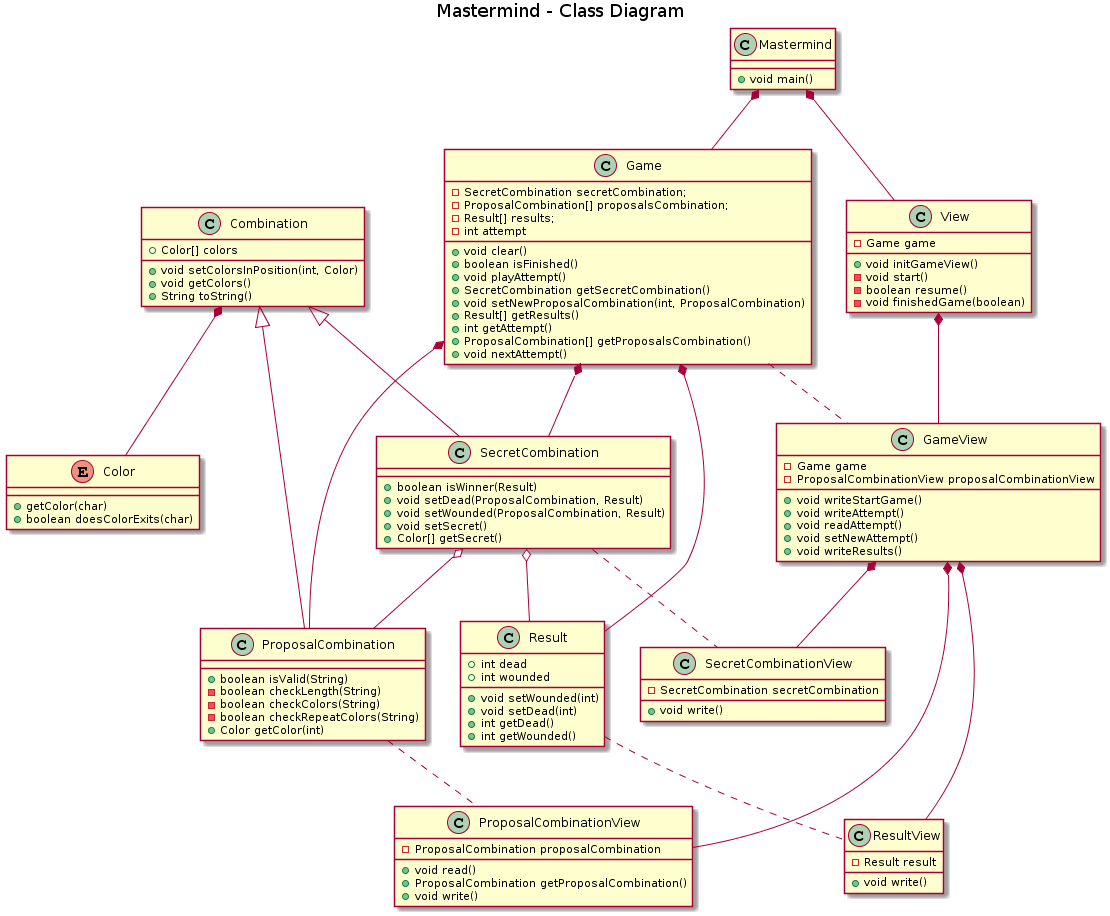
Before: images/diagramaClasesIteracion4.png, a diagram exported from PlantUML (laucv/mastermind). Its diagram source:
```plantuml
@startuml
title Mastermind - Class Diagram


class Mastermind {
    +void main()
}


class SecretCombination{
    +boolean isWinner(Result)
    +void setDead(ProposalCombination, Result)
    +void setWounded(ProposalCombination, Result)
    +void setSecret()
    +Color[] getSecret()
}

class ProposalCombination{
    +boolean isValid(String)
    -boolean checkLength(String)
    -boolean checkColors(String)
    -boolean checkRepeatColors(String)
    +Color getColor(int)
}

class Combination{
    +Color[] colors
    +void setColorsInPosition(int, Color)
    +void getColors()
    +String toString()
}

Enum Color{
    +getColor(char)
    + boolean doesColorExits(char)
}

class Result{
    +int dead
    +int wounded
    +void setWounded(int)
    +void setDead(int)
    +int getDead()
    +int getWounded()
}

class Game{
    -SecretCombination secretCombination;
    -ProposalCombination[] proposalsCombination;
    -Result[] results;
    -int attempt
    +void clear()
    +boolean isFinished()
    +void playAttempt()
    +SecretCombination getSecretCombination()
    +void setNewProposalCombination(int, ProposalCombination)
    +Result[] getResults()
    +int getAttempt()
    +ProposalCombination[] getProposalsCombination()
    +void nextAttempt()
}

class GameView{
    -Game game
    -ProposalCombinationView proposalCombinationView
    +void writeStartGame()
    +void writeAttempt()
    +void readAttempt()
    +void setNewAttempt()
    +void writeResults()
}

class ProposalCombinationView{
    -ProposalCombination proposalCombination
    +void read()
    +ProposalCombination getProposalCombination()
    +void write()
}

class ResultView{
    -Result result
    +void write()
}

class SecretCombinationView{
    -SecretCombination secretCombination
    +void write()
}

class View{
    -Game game
    +void initGameView()
    -void start()
    -boolean resume()
    -void finishedGame(boolean)
}

Mastermind *-- Game
Mastermind *-- View

View *-- GameView

Game *-- SecretCombination
Game *-- ProposalCombination
Game *-- Result

GameView *-- SecretCombinationView
GameView *-- ProposalCombinationView
GameView *-- ResultView

Combination *-- Color
Combination <|-- SecretCombination
Combination <|-- ProposalCombination

SecretCombination .. SecretCombinationView
ProposalCombination .. ProposalCombinationView
SecretCombination o-- ProposalCombination
SecretCombination o-- Result
Game .. GameView
Result .. ResultView
@enduml
```
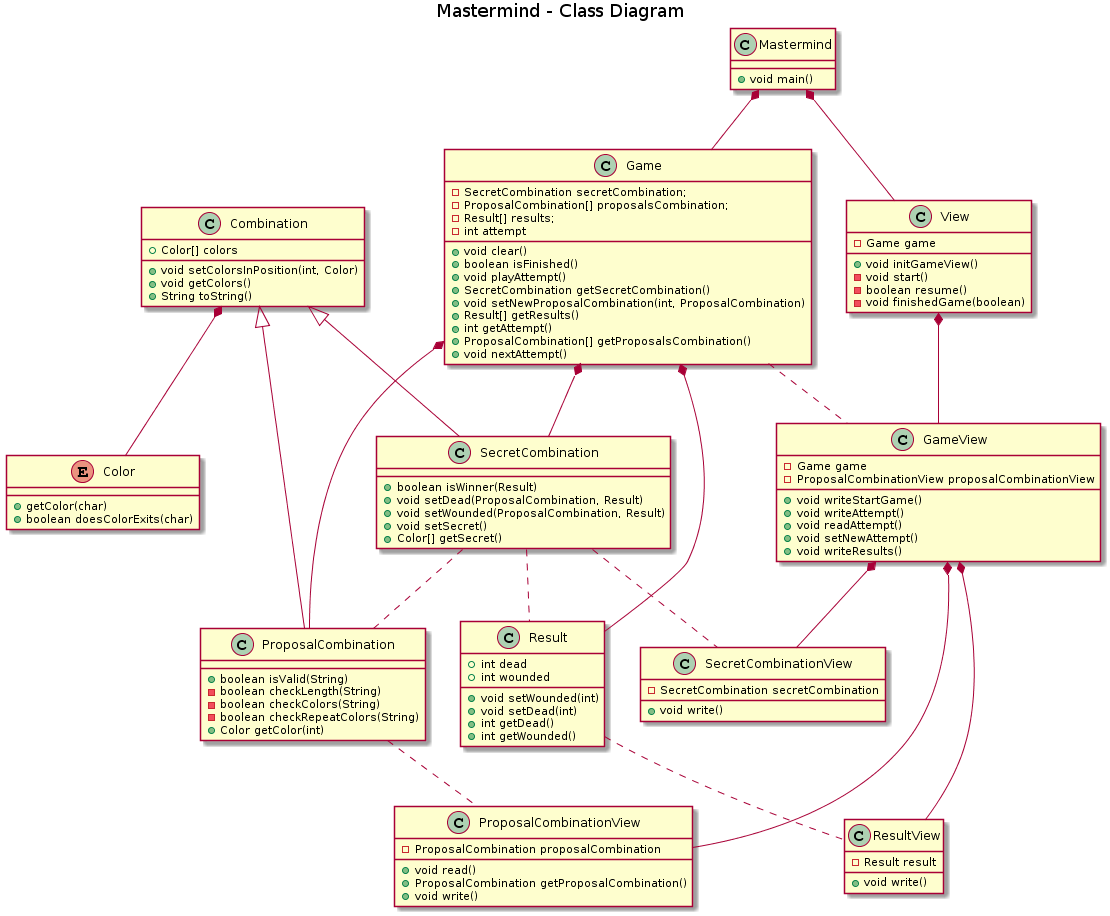
The same diagram one commit later.

Commit message:
corrección diagrama UML

What changed in the source:
```diff
@@ -114,8 +114,8 @@
 
 SecretCombination .. SecretCombinationView
 ProposalCombination .. ProposalCombinationView
-SecretCombination o-- ProposalCombination
-SecretCombination o-- Result
+SecretCombination .. ProposalCombination
+SecretCombination .. Result
 Game .. GameView
 Result .. ResultView
 @enduml
```
